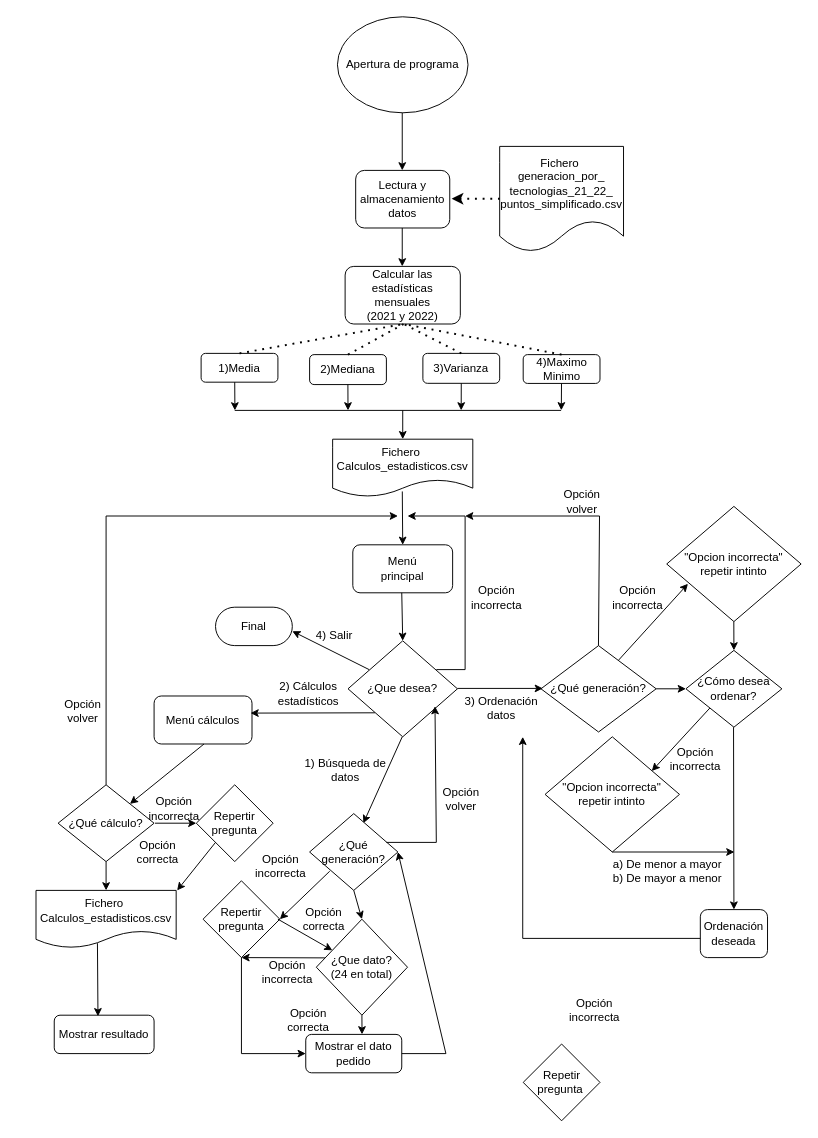
Earlier version of the draw.io diagram Diagramas de flujo/Diagrama de flujo.drawio (aigora/tw_E10X_2022_2023-la_resistencia). Source tidied: cells renumbered, new cells numbered last; positions are measured from the earlier drawing's top-left corner, leaving out a move shared by most shapes. Both pictures are drawn from the tidied source at 96%, with x=0, y=0 at pixel (36, 16).
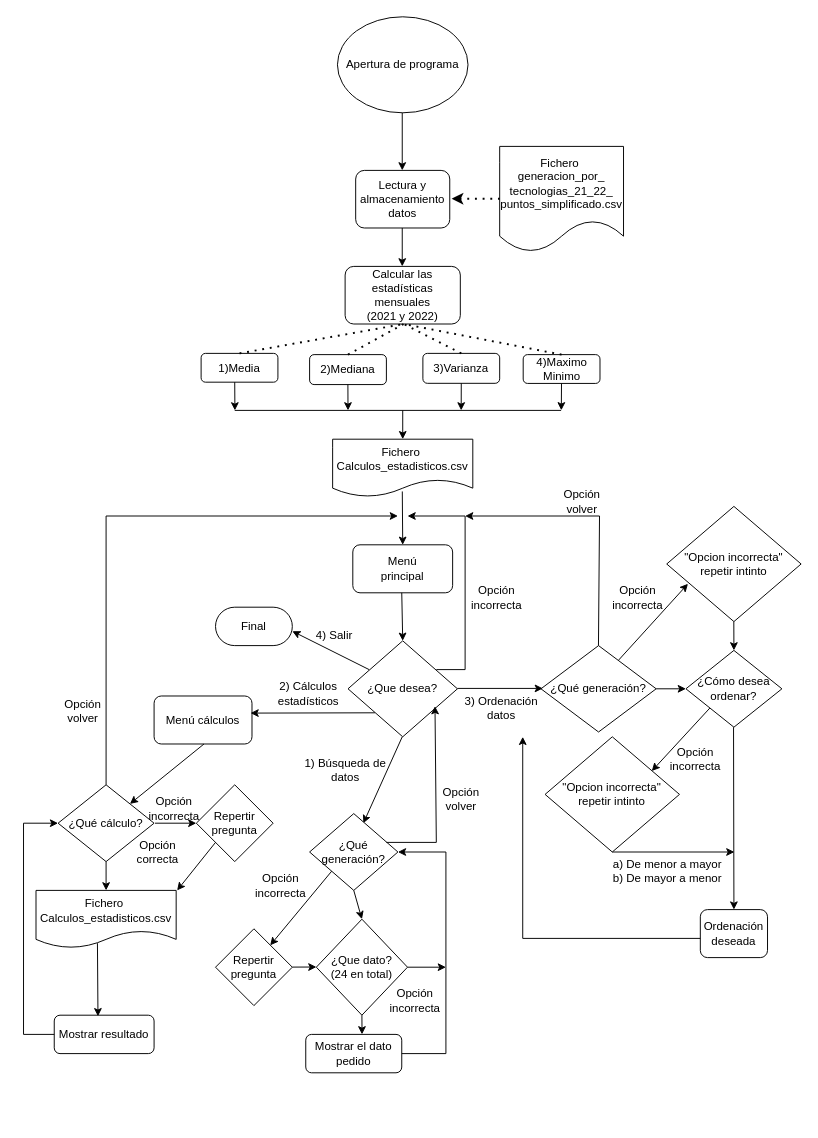
After the change.

Unchanged cells that the change refers to:
```xml
<mxCell id="54" value="¿Qué generación?" style="rhombus;whiteSpace=wrap;html=1;" parent="1" vertex="1">
  <mxGeometry x="285" y="830" width="92" height="80" as="geometry" />
</mxCell>
<mxCell id="55" value="¿Que dato? &lt;br&gt;(24 en total)" style="rhombus;whiteSpace=wrap;html=1;" parent="1" vertex="1">
  <mxGeometry x="292" y="940" width="95" height="100" as="geometry" />
</mxCell>
<mxCell id="70" value="¿Qué cálculo?" style="rhombus;whiteSpace=wrap;html=1;" parent="1" vertex="1">
  <mxGeometry x="23" y="800" width="100" height="80" as="geometry" />
</mxCell>
```

Change to the diagram source:
```diff
@@
-    <mxCell id="58" value="Repertir pregunta" style="rhombus;whiteSpace=wrap;html=1;" parent="1" vertex="1">
-      <mxGeometry x="174" y="900" width="80" height="80" as="geometry" />
-    </mxCell>
-    <mxCell id="59" style="endArrow=classic;html=1;rounded=0;entryX=1;entryY=0.5;entryDx=0;entryDy=0;" parent="1" edge="1" target="58">
-      <mxGeometry relative="1" as="geometry">
-        <mxPoint x="306" y="890" as="sourcePoint" />
-      </mxGeometry>
+    <mxCell id="59" style="endArrow=classic;html=1;rounded=0;entryX=0.712;entryY=0.215;entryDx=0;entryDy=0;entryPerimeter=0;exitX=0;exitY=1;exitDx=0;exitDy=0;" parent="1" edge="1" source="54" target="58">
+      <mxGeometry relative="1" as="geometry" />
     </mxCell>
     <mxCell id="60" value="Opción incorrecta" style="text;html=1;strokeColor=none;fillColor=none;align=center;verticalAlign=middle;whiteSpace=wrap;rounded=0;" parent="1" vertex="1">
-      <mxGeometry x="225" y="870" width="60" height="30" as="geometry" />
+      <mxGeometry x="225" y="890" width="60" height="30" as="geometry" />
     </mxCell>
-    <mxCell id="61" style="endArrow=classic;html=1;rounded=0;entryX=0.5;entryY=1;entryDx=0;entryDy=0;exitX=0.094;exitY=0.403;exitDx=0;exitDy=0;exitPerimeter=0;" parent="1" edge="1" source="55" target="58">
-      <mxGeometry relative="1" as="geometry" />
-    </mxCell>
     <mxCell id="62" value="Opción incorrecta" style="text;html=1;strokeColor=none;fillColor=none;align=center;verticalAlign=middle;whiteSpace=wrap;rounded=0;" parent="1" vertex="1">
-      <mxGeometry x="232" y="980" width="60" height="30" as="geometry" />
+      <mxGeometry x="365" y="1010" width="60" height="30" as="geometry" />
     </mxCell>
-    <mxCell id="63" style="endArrow=classic;html=1;rounded=0;exitX=0.5;exitY=1;exitDx=0;exitDy=0;" parent="1" edge="1" source="58">
-      <mxGeometry relative="1" as="geometry">
-        <mxPoint x="281" y="1080" as="targetPoint" />
-        <Array as="points">
-          <mxPoint x="214" y="1080" />
-        </Array>
-      </mxGeometry>
-    </mxCell>
-    <mxCell id="64" value="Opción correcta" style="text;html=1;strokeColor=none;fillColor=none;align=center;verticalAlign=middle;whiteSpace=wrap;rounded=0;" parent="1" vertex="1">
-      <mxGeometry x="254" y="1030" width="60" height="30" as="geometry" />
-    </mxCell>
     <mxCell id="65" style="endArrow=classic;html=1;rounded=0;entryX=1;entryY=0.5;entryDx=0;entryDy=0;" parent="1" edge="1" target="54">
       <mxGeometry relative="1" as="geometry">
         <mxPoint x="381" y="1080" as="sourcePoint" />
         <Array as="points">
           <mxPoint x="427" y="1080" />
+          <mxPoint x="427" y="870" />
         </Array>
       </mxGeometry>
     </mxCell>
-    <mxCell id="66" style="endArrow=classic;html=1;rounded=0;" parent="1" edge="1" target="55">
+    <mxCell id="66" style="endArrow=classic;html=1;rounded=0;" parent="1" edge="1">
       <mxGeometry relative="1" as="geometry">
-        <mxPoint x="252" y="940" as="sourcePoint" />
+        <mxPoint x="267" y="989.9" as="sourcePoint" />
+        <mxPoint x="292.1" y="989.8" as="targetPoint" />
       </mxGeometry>
     </mxCell>
-    <mxCell id="67" value="Opción correcta" style="text;html=1;strokeColor=none;fillColor=none;align=center;verticalAlign=middle;whiteSpace=wrap;rounded=0;" parent="1" vertex="1">
-      <mxGeometry x="270" y="925" width="60" height="30" as="geometry" />
-    </mxCell>
@@
-    <mxCell id="87" value="Opción incorrecta" style="text;html=1;strokeColor=none;fillColor=none;align=center;verticalAlign=middle;whiteSpace=wrap;rounded=0;" parent="1" vertex="1">
-      <mxGeometry x="552" y="1020" width="60" height="30" as="geometry" />
-    </mxCell>
-    <mxCell id="88" value="Repetir pregunta&amp;nbsp;" style="rhombus;whiteSpace=wrap;html=1;" parent="1" vertex="1">
-      <mxGeometry x="507.5" y="1070" width="80" height="80" as="geometry" />
-    </mxCell>
+    <mxCell id="89" style="endArrow=classic;html=1;rounded=0;entryX=0;entryY=0.5;entryDx=0;entryDy=0;" parent="1" edge="1" target="70">
+      <mxGeometry relative="1" as="geometry">
+        <mxPoint x="19" y="1060" as="sourcePoint" />
+        <Array as="points">
+          <mxPoint x="-13" y="1060" />
+          <mxPoint x="-13" y="840" />
+        </Array>
+      </mxGeometry>
+    </mxCell>
+    <mxCell id="90" style="endArrow=classic;html=1;rounded=0;" parent="1" edge="1">
+      <mxGeometry relative="1" as="geometry">
+        <mxPoint x="387" y="990" as="sourcePoint" />
+        <mxPoint x="427" y="990" as="targetPoint" />
+      </mxGeometry>
+    </mxCell>
+    <mxCell id="91" style="endArrow=classic;html=1;rounded=0;" parent="1" edge="1" target="58">
+      <mxGeometry relative="1" as="geometry">
+        <mxPoint x="222" y="989.8" as="sourcePoint" />
+      </mxGeometry>
+    </mxCell>
+    <mxCell id="58" value="Repertir pregunta" style="rhombus;whiteSpace=wrap;html=1;" parent="1" vertex="1">
+      <mxGeometry x="187" y="950" width="80" height="80" as="geometry" />
+    </mxCell>
```
